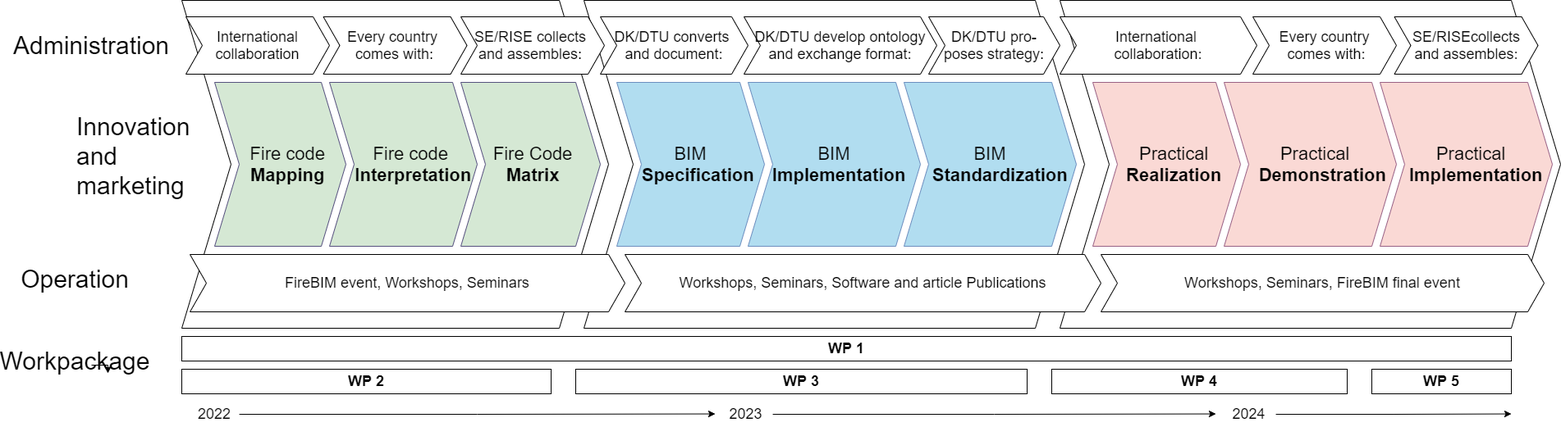
Before: diagram/FireBIM.drawio.png, a diagram exported from draw.io (Kristoffernegendahl/fireBIM). Source tidied: cells renumbered, new cells last; positions are measured from the earlier drawing's top-left corner, leaving out a move shared by most shapes.
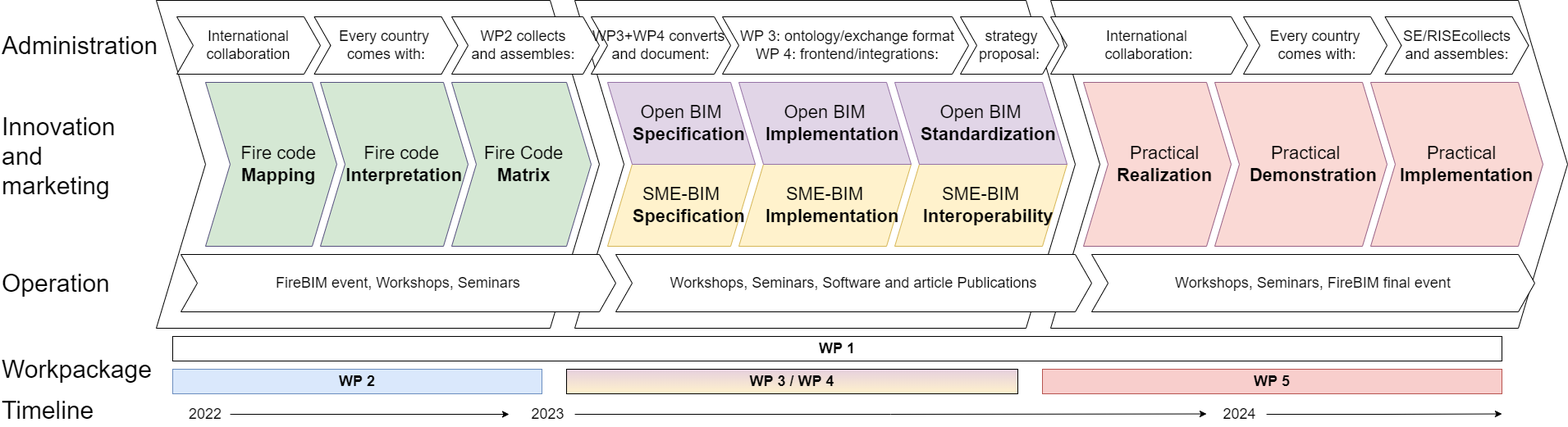
After the change.

The edit, as a diff of the source:
```diff
@@ -2,8 +2,17 @@
   <root>
     <mxCell id="0" />
     <mxCell id="1" parent="0" />
+    <mxCell id="6" style="shape=step;perimeter=stepPerimeter;whiteSpace=wrap;html=1;fixedSize=1;size=60;" parent="1" vertex="1">
+      <mxGeometry x="640" width="610" height="400" as="geometry" />
+    </mxCell>
+    <mxCell id="42" value="&lt;div style=&quot;font-size: 22px&quot;&gt;SME-BIM&lt;/div&gt;&lt;div style=&quot;font-size: 22px&quot;&gt;&amp;nbsp; &amp;nbsp;&lt;b&gt;Specification&lt;/b&gt;&lt;/div&gt;" style="shape=parallelogram;perimeter=parallelogramPerimeter;whiteSpace=wrap;html=1;fixedSize=1;size=30;fillColor=#fff2cc;strokeColor=#d6b656;" parent="1" vertex="1">
+      <mxGeometry x="680" y="200" width="180" height="100" as="geometry" />
+    </mxCell>
+    <mxCell id="43" value="&lt;div style=&quot;font-size: 22px&quot;&gt;Open BIM&lt;/div&gt;&lt;div style=&quot;font-size: 22px&quot;&gt;&amp;nbsp; &amp;nbsp;&lt;b&gt;Specification&lt;/b&gt;&lt;/div&gt;" style="shape=parallelogram;perimeter=parallelogramPerimeter;whiteSpace=wrap;html=1;fixedSize=1;size=30;flipV=1;fillColor=#e1d5e7;strokeColor=#9673a6;" parent="1" vertex="1">
+      <mxGeometry x="680" y="100" width="180" height="100" as="geometry" />
+    </mxCell>
     <mxCell id="2" style="shape=step;perimeter=stepPerimeter;whiteSpace=wrap;html=1;fixedSize=1;size=60;" parent="1" vertex="1">
-      <mxGeometry x="150" width="520" height="400" as="geometry" />
+      <mxGeometry x="130" width="540" height="400" as="geometry" />
     </mxCell>
     <mxCell id="3" value="&lt;div style=&quot;font-size: 22px&quot;&gt;&lt;span&gt;&amp;nbsp; &amp;nbsp; &amp;nbsp; Fire code&amp;nbsp; &amp;nbsp; &amp;nbsp; &amp;nbsp;&lt;b&gt;Mapping&lt;/b&gt;&lt;/span&gt;&lt;/div&gt;" style="shape=step;perimeter=stepPerimeter;whiteSpace=wrap;html=1;fixedSize=1;size=30;align=center;fillColor=#D5E8D4;strokeColor=#56517e;" parent="1" vertex="1">
       <mxGeometry x="190" y="100" width="160" height="200" as="geometry" />
@@ -14,20 +23,8 @@
     <mxCell id="5" value="&lt;font style=&quot;font-size: 22px&quot;&gt;&amp;nbsp; &amp;nbsp; Fire Code&amp;nbsp; &amp;nbsp; &lt;b&gt;&amp;nbsp;Matrix&lt;/b&gt;&lt;/font&gt;" style="shape=step;perimeter=stepPerimeter;whiteSpace=wrap;html=1;fixedSize=1;size=30;fillColor=#D5E8D4;strokeColor=#56517e;" parent="1" vertex="1">
       <mxGeometry x="490" y="100" width="170" height="200" as="geometry" />
     </mxCell>
-    <mxCell id="6" style="shape=step;perimeter=stepPerimeter;whiteSpace=wrap;html=1;fixedSize=1;size=60;" parent="1" vertex="1">
-      <mxGeometry x="640" width="610" height="400" as="geometry" />
-    </mxCell>
-    <mxCell id="7" value="&lt;div style=&quot;font-size: 22px&quot;&gt;&lt;font style=&quot;font-size: 22px&quot;&gt;BIM&lt;/font&gt;&lt;/div&gt;&lt;div style=&quot;font-size: 22px&quot;&gt;&lt;font style=&quot;font-size: 22px&quot;&gt;&amp;nbsp; &amp;nbsp;&lt;b&gt;Specification&lt;/b&gt;&lt;/font&gt;&lt;/div&gt;" style="shape=step;perimeter=stepPerimeter;whiteSpace=wrap;html=1;fixedSize=1;size=30;align=center;fillColor=#B1DDF0;strokeColor=#6c8ebf;" parent="1" vertex="1">
-      <mxGeometry x="680" y="100" width="180" height="200" as="geometry" />
-    </mxCell>
-    <mxCell id="8" value="&lt;font style=&quot;font-size: 22px&quot;&gt;&amp;nbsp; &amp;nbsp; &amp;nbsp; &amp;nbsp; &amp;nbsp; &amp;nbsp; &amp;nbsp;BIM&amp;nbsp; &amp;nbsp; &amp;nbsp; &amp;nbsp; &amp;nbsp; &amp;nbsp; &amp;nbsp; &amp;nbsp; &lt;b&gt;Implementation&lt;/b&gt;&lt;/font&gt;" style="shape=step;perimeter=stepPerimeter;whiteSpace=wrap;html=1;fixedSize=1;size=30;fillColor=#B1DDF0;strokeColor=#6c8ebf;" parent="1" vertex="1">
-      <mxGeometry x="840" y="100" width="210" height="200" as="geometry" />
-    </mxCell>
-    <mxCell id="9" value="&lt;font style=&quot;font-size: 22px&quot;&gt;&amp;nbsp; &amp;nbsp; &amp;nbsp; &amp;nbsp; &amp;nbsp; &amp;nbsp; &amp;nbsp;BIM&amp;nbsp; &amp;nbsp; &amp;nbsp; &amp;nbsp; &amp;nbsp; &amp;nbsp; &amp;nbsp; &amp;nbsp; &amp;nbsp;&amp;nbsp;&lt;b&gt;Standardization&lt;/b&gt;&lt;/font&gt;" style="shape=step;perimeter=stepPerimeter;whiteSpace=wrap;html=1;fixedSize=1;size=30;fillColor=#B1DDF0;strokeColor=#6c8ebf;" parent="1" vertex="1">
-      <mxGeometry x="1030" y="100" width="210" height="200" as="geometry" />
-    </mxCell>
     <mxCell id="10" style="shape=step;perimeter=stepPerimeter;whiteSpace=wrap;html=1;fixedSize=1;size=60;" parent="1" vertex="1">
-      <mxGeometry x="1220" width="610" height="400" as="geometry" />
+      <mxGeometry x="1220" width="630" height="400" as="geometry" />
     </mxCell>
     <mxCell id="11" value="&lt;div style=&quot;font-size: 22px&quot;&gt;&lt;font style=&quot;font-size: 22px&quot;&gt;&amp;nbsp; &amp;nbsp;Practical&lt;/font&gt;&lt;/div&gt;&lt;div style=&quot;font-size: 22px&quot;&gt;&lt;font style=&quot;font-size: 22px&quot;&gt;&amp;nbsp; &amp;nbsp;&lt;b&gt;Realization&lt;/b&gt;&lt;/font&gt;&lt;/div&gt;" style="shape=step;perimeter=stepPerimeter;whiteSpace=wrap;html=1;fixedSize=1;size=30;align=center;fillColor=#FAD9D5;strokeColor=#996185;" parent="1" vertex="1">
       <mxGeometry x="1260" y="100" width="180" height="200" as="geometry" />
@@ -50,20 +47,20 @@
     <mxCell id="17" value="&lt;font style=&quot;font-size: 18px&quot;&gt;International collaboration&lt;/font&gt;" style="shape=step;perimeter=stepPerimeter;whiteSpace=wrap;html=1;fixedSize=1;size=20;" parent="1" vertex="1">
       <mxGeometry x="155" y="20" width="175" height="70" as="geometry" />
     </mxCell>
-    <mxCell id="18" value="&lt;font style=&quot;font-size: 18px&quot;&gt;SE/RISE collects &lt;br&gt;and assembles:&amp;nbsp;&lt;/font&gt;" style="shape=step;perimeter=stepPerimeter;whiteSpace=wrap;html=1;fixedSize=1;size=20;" parent="1" vertex="1">
-      <mxGeometry x="490" y="20" width="175" height="70" as="geometry" />
+    <mxCell id="18" value="&lt;font style=&quot;font-size: 18px&quot;&gt;WP2 collects &lt;br&gt;and assembles:&amp;nbsp;&lt;/font&gt;" style="shape=step;perimeter=stepPerimeter;whiteSpace=wrap;html=1;fixedSize=1;size=20;" parent="1" vertex="1">
+      <mxGeometry x="490" y="20" width="180" height="70" as="geometry" />
     </mxCell>
     <mxCell id="19" value="&lt;font style=&quot;font-size: 18px&quot;&gt;Every country &lt;br&gt;comes with:&lt;/font&gt;" style="shape=step;perimeter=stepPerimeter;whiteSpace=wrap;html=1;fixedSize=1;size=20;" parent="1" vertex="1">
       <mxGeometry x="322.5" y="20" width="175" height="70" as="geometry" />
     </mxCell>
-    <mxCell id="20" value="&lt;font style=&quot;font-size: 18px&quot;&gt;DK/DTU converts &lt;br&gt;and document:&lt;/font&gt;" style="shape=step;perimeter=stepPerimeter;whiteSpace=wrap;html=1;fixedSize=1;size=20;" parent="1" vertex="1">
-      <mxGeometry x="660" y="20" width="180" height="70" as="geometry" />
+    <mxCell id="20" value="&lt;font style=&quot;font-size: 18px&quot;&gt;WP3+WP4 converts &lt;br&gt;and document:&lt;/font&gt;" style="shape=step;perimeter=stepPerimeter;whiteSpace=wrap;html=1;fixedSize=1;size=20;" parent="1" vertex="1">
+      <mxGeometry x="660" y="20" width="170" height="70" as="geometry" />
     </mxCell>
-    <mxCell id="21" value="&lt;font style=&quot;font-size: 18px&quot;&gt;DK/DTU develop ontology&lt;br&gt;and exchange format:&lt;/font&gt;" style="shape=step;perimeter=stepPerimeter;whiteSpace=wrap;html=1;fixedSize=1;size=20;" parent="1" vertex="1">
-      <mxGeometry x="835" y="20" width="235" height="70" as="geometry" />
+    <mxCell id="21" value="&lt;font style=&quot;font-size: 18px&quot;&gt;&amp;nbsp;WP 3: ontology/exchange format&lt;br&gt;&amp;nbsp;WP 4: frontend/integrations:&lt;/font&gt;" style="shape=step;perimeter=stepPerimeter;whiteSpace=wrap;html=1;fixedSize=1;size=20;" parent="1" vertex="1">
+      <mxGeometry x="820" y="20" width="300" height="70" as="geometry" />
     </mxCell>
-    <mxCell id="22" value="&lt;font style=&quot;font-size: 18px&quot;&gt;DK/DTU pro-&lt;br&gt;poses strategy:&lt;/font&gt;" style="shape=step;perimeter=stepPerimeter;whiteSpace=wrap;html=1;fixedSize=1;size=20;" parent="1" vertex="1">
-      <mxGeometry x="1060" y="20" width="160" height="70" as="geometry" />
+    <mxCell id="22" value="&lt;font style=&quot;font-size: 18px&quot;&gt;&amp;nbsp;strategy proposal:&lt;/font&gt;" style="shape=step;perimeter=stepPerimeter;whiteSpace=wrap;html=1;fixedSize=1;size=20;" parent="1" vertex="1">
+      <mxGeometry x="1110" y="20" width="120" height="70" as="geometry" />
     </mxCell>
     <mxCell id="23" value="&lt;font style=&quot;font-size: 18px&quot;&gt;International &lt;br&gt;collaboration:&lt;/font&gt;" style="shape=step;perimeter=stepPerimeter;whiteSpace=wrap;html=1;fixedSize=1;size=20;" parent="1" vertex="1">
       <mxGeometry x="1220" y="20" width="240" height="70" as="geometry" />
@@ -74,41 +71,30 @@
     <mxCell id="25" value="&lt;font style=&quot;font-size: 18px&quot;&gt;SE/RISEcollects&lt;br&gt;&amp;nbsp;and assembles:&amp;nbsp;&lt;/font&gt;" style="shape=step;perimeter=stepPerimeter;whiteSpace=wrap;html=1;fixedSize=1;size=20;" parent="1" vertex="1">
       <mxGeometry x="1627.5" y="20" width="175" height="70" as="geometry" />
     </mxCell>
-    <mxCell id="26" value="&lt;font style=&quot;font-size: 30px&quot;&gt;Administration&lt;/font&gt;" style="text;html=1;strokeColor=none;fillColor=none;align=center;verticalAlign=middle;whiteSpace=wrap;rounded=0;" parent="1" vertex="1">
-      <mxGeometry x="20" y="45" width="40" height="20" as="geometry" />
+    <mxCell id="26" value="&lt;font style=&quot;font-size: 30px&quot;&gt;Administration&lt;/font&gt;" style="text;html=1;strokeColor=none;fillColor=none;align=left;verticalAlign=middle;whiteSpace=wrap;rounded=0;" parent="1" vertex="1">
+      <mxGeometry x="-60" y="45" width="40" height="20" as="geometry" />
     </mxCell>
     <mxCell id="27" value="&lt;div&gt;&lt;span style=&quot;font-size: 30px&quot;&gt;Innovation and marketing&lt;/span&gt;&lt;/div&gt;" style="text;html=1;strokeColor=none;fillColor=none;align=left;verticalAlign=middle;whiteSpace=wrap;rounded=0;" parent="1" vertex="1">
-      <mxGeometry x="20" y="180" width="40" height="20" as="geometry" />
+      <mxGeometry x="-60" y="180" width="40" height="20" as="geometry" />
     </mxCell>
-    <mxCell id="28" value="&lt;font style=&quot;font-size: 30px&quot;&gt;Operation&lt;/font&gt;" style="text;html=1;strokeColor=none;fillColor=none;align=center;verticalAlign=middle;whiteSpace=wrap;rounded=0;" parent="1" vertex="1">
-      <mxGeometry y="330" width="40" height="20" as="geometry" />
+    <mxCell id="28" value="&lt;font style=&quot;font-size: 30px&quot;&gt;Operation&lt;/font&gt;" style="text;html=1;strokeColor=none;fillColor=none;align=left;verticalAlign=middle;whiteSpace=wrap;rounded=0;" parent="1" vertex="1">
+      <mxGeometry x="-60" y="335" width="40" height="20" as="geometry" />
     </mxCell>
     <mxCell id="29" value="&lt;font style=&quot;font-size: 18px&quot;&gt;&lt;b&gt;WP 1&lt;br&gt;&lt;/b&gt;&lt;/font&gt;" style="rounded=0;whiteSpace=wrap;html=1;fillColor=#FFFFFF;" parent="1" vertex="1">
       <mxGeometry x="150" y="410" width="1620" height="30" as="geometry" />
     </mxCell>
-    <mxCell id="30" value="&lt;font style=&quot;font-size: 18px&quot;&gt;&lt;b&gt;WP 2&lt;br&gt;&lt;/b&gt;&lt;/font&gt;" style="rounded=0;whiteSpace=wrap;html=1;fillColor=#FFFFFF;" parent="1" vertex="1">
+    <mxCell id="30" value="&lt;font style=&quot;font-size: 18px&quot;&gt;&lt;b&gt;WP 2&lt;br&gt;&lt;/b&gt;&lt;/font&gt;" style="rounded=0;whiteSpace=wrap;html=1;fillColor=#dae8fc;strokeColor=#6c8ebf;" parent="1" vertex="1">
       <mxGeometry x="150" y="450" width="450" height="30" as="geometry" />
     </mxCell>
-    <mxCell id="31" value="&lt;font style=&quot;font-size: 18px&quot;&gt;&lt;b&gt;WP 3&lt;br&gt;&lt;/b&gt;&lt;/font&gt;" style="rounded=0;whiteSpace=wrap;html=1;fillColor=#FFFFFF;" parent="1" vertex="1">
+    <mxCell id="31" value="&lt;font style=&quot;font-size: 18px&quot;&gt;&lt;b&gt;WP 3 / WP 4&lt;br&gt;&lt;/b&gt;&lt;/font&gt;" style="rounded=0;whiteSpace=wrap;html=1;fillColor=#E6D0DE;gradientColor=#FFF2CC;gradientDirection=south;" parent="1" vertex="1">
       <mxGeometry x="630" y="450" width="550" height="30" as="geometry" />
     </mxCell>
-    <mxCell id="32" value="&lt;font style=&quot;font-size: 18px&quot;&gt;&lt;b&gt;WP 4&lt;br&gt;&lt;/b&gt;&lt;/font&gt;" style="rounded=0;whiteSpace=wrap;html=1;fillColor=#FFFFFF;" parent="1" vertex="1">
-      <mxGeometry x="1210" y="450" width="360" height="30" as="geometry" />
-    </mxCell>
-    <mxCell id="33" value="&lt;font style=&quot;font-size: 18px&quot;&gt;&lt;b&gt;WP 5&lt;br&gt;&lt;/b&gt;&lt;/font&gt;" style="rounded=0;whiteSpace=wrap;html=1;fillColor=#FFFFFF;" parent="1" vertex="1">
-      <mxGeometry x="1600" y="450" width="170" height="30" as="geometry" />
+    <mxCell id="33" value="&lt;font style=&quot;font-size: 18px&quot;&gt;&lt;b&gt;WP 5&lt;br&gt;&lt;/b&gt;&lt;/font&gt;" style="rounded=0;whiteSpace=wrap;html=1;fillColor=#f8cecc;strokeColor=#b85450;" parent="1" vertex="1">
+      <mxGeometry x="1210" y="450" width="560" height="30" as="geometry" />
     </mxCell>
-    <mxCell id="34" style="edgeStyle=orthogonalEdgeStyle;rounded=0;jettySize=auto;html=1;exitX=1;exitY=0.75;exitDx=0;exitDy=0;" parent="1" edge="1" source="35">
-      <mxGeometry relative="1" as="geometry">
-        <mxPoint x="60" y="455" as="targetPoint" />
-      </mxGeometry>
-    </mxCell>
-    <mxCell id="35" value="&lt;font style=&quot;font-size: 30px&quot;&gt;Workpackage&lt;/font&gt;" style="text;html=1;strokeColor=none;fillColor=none;align=center;verticalAlign=middle;whiteSpace=wrap;rounded=0;" parent="1" vertex="1">
-      <mxGeometry y="430" width="40" height="20" as="geometry" />
-    </mxCell>
     <mxCell id="36" style="edgeStyle=orthogonalEdgeStyle;rounded=0;jettySize=auto;html=1;exitX=1;exitY=0.5;exitDx=0;exitDy=0;" parent="1" edge="1" source="37">
       <mxGeometry relative="1" as="geometry">
-        <mxPoint x="800" y="504.5" as="targetPoint" />
+        <mxPoint x="560" y="505" as="targetPoint" />
       </mxGeometry>
     </mxCell>
     <mxCell id="37" value="&lt;font style=&quot;font-size: 18px&quot;&gt;2022&lt;/font&gt;" style="shape=step;perimeter=stepPerimeter;whiteSpace=wrap;html=1;fixedSize=1;size=20;strokeColor=none;" parent="1" vertex="1">
@@ -120,7 +106,7 @@
       </mxGeometry>
     </mxCell>
     <mxCell id="39" value="&lt;font style=&quot;font-size: 18px&quot;&gt;2023&lt;/font&gt;" style="shape=step;perimeter=stepPerimeter;whiteSpace=wrap;html=1;fixedSize=1;size=20;strokeColor=none;" parent="1" vertex="1">
-      <mxGeometry x="805" y="490" width="65" height="30" as="geometry" />
+      <mxGeometry x="575" y="490" width="65" height="30" as="geometry" />
     </mxCell>
     <mxCell id="40" style="edgeStyle=orthogonalEdgeStyle;rounded=0;jettySize=auto;html=1;exitX=1;exitY=0.5;exitDx=0;exitDy=0;" parent="1" edge="1" source="41">
       <mxGeometry relative="1" as="geometry">
@@ -130,5 +116,23 @@
     <mxCell id="41" value="&lt;font style=&quot;font-size: 18px&quot;&gt;2024&lt;/font&gt;" style="shape=step;perimeter=stepPerimeter;whiteSpace=wrap;html=1;fixedSize=1;size=20;strokeColor=none;" parent="1" vertex="1">
       <mxGeometry x="1418" y="490" width="65" height="30" as="geometry" />
     </mxCell>
+    <mxCell id="44" value="&lt;span style=&quot;font-size: 22px&quot;&gt;SME-&lt;/span&gt;&lt;span style=&quot;font-size: 22px&quot;&gt;BIM&lt;/span&gt;&lt;span style=&quot;font-size: 22px&quot;&gt;&lt;br&gt;&lt;/span&gt;&lt;div style=&quot;font-size: 22px&quot;&gt;&amp;nbsp; &amp;nbsp;&lt;b&gt;Implementation&lt;/b&gt;&lt;/div&gt;" style="shape=parallelogram;perimeter=parallelogramPerimeter;whiteSpace=wrap;html=1;fixedSize=1;size=30;fillColor=#fff2cc;strokeColor=#d6b656;" parent="1" vertex="1">
+      <mxGeometry x="840" y="200" width="210" height="100" as="geometry" />
+    </mxCell>
+    <mxCell id="45" value="&lt;div style=&quot;font-size: 22px&quot;&gt;Open BIM&lt;/div&gt;&lt;div style=&quot;font-size: 22px&quot;&gt;&amp;nbsp; &amp;nbsp;&lt;b&gt;Implementation&lt;/b&gt;&lt;/div&gt;" style="shape=parallelogram;perimeter=parallelogramPerimeter;whiteSpace=wrap;html=1;fixedSize=1;size=30;flipV=1;fillColor=#e1d5e7;strokeColor=#9673a6;" parent="1" vertex="1">
+      <mxGeometry x="840" y="100" width="210" height="100" as="geometry" />
+    </mxCell>
+    <mxCell id="46" value="&lt;span style=&quot;font-size: 22px&quot;&gt;SME-&lt;/span&gt;&lt;span style=&quot;font-size: 22px&quot;&gt;BIM&lt;/span&gt;&lt;span style=&quot;font-size: 22px&quot;&gt;&lt;br&gt;&lt;/span&gt;&lt;div style=&quot;font-size: 22px&quot;&gt;&amp;nbsp; &amp;nbsp;&lt;b&gt;Interoperability&lt;/b&gt;&lt;/div&gt;" style="shape=parallelogram;perimeter=parallelogramPerimeter;whiteSpace=wrap;html=1;fixedSize=1;size=30;fillColor=#fff2cc;strokeColor=#d6b656;" parent="1" vertex="1">
+      <mxGeometry x="1030" y="200" width="210" height="100" as="geometry" />
+    </mxCell>
+    <mxCell id="47" value="&lt;div style=&quot;font-size: 22px&quot;&gt;Open BIM&lt;/div&gt;&lt;div style=&quot;font-size: 22px&quot;&gt;&amp;nbsp; &amp;nbsp;&lt;b&gt;Standardization&lt;/b&gt;&lt;/div&gt;" style="shape=parallelogram;perimeter=parallelogramPerimeter;whiteSpace=wrap;html=1;fixedSize=1;size=30;flipV=1;fillColor=#e1d5e7;strokeColor=#9673a6;" parent="1" vertex="1">
+      <mxGeometry x="1030" y="100" width="210" height="100" as="geometry" />
+    </mxCell>
+    <mxCell id="35" value="&lt;font style=&quot;font-size: 30px&quot;&gt;Workpackage&lt;/font&gt;" style="text;html=1;strokeColor=none;fillColor=none;align=left;verticalAlign=middle;whiteSpace=wrap;rounded=0;" parent="1" vertex="1">
+      <mxGeometry x="-60" y="440" width="40" height="20" as="geometry" />
+    </mxCell>
+    <mxCell id="48" value="&lt;font style=&quot;font-size: 30px&quot;&gt;Timeline&lt;/font&gt;" style="text;html=1;strokeColor=none;fillColor=none;align=left;verticalAlign=middle;whiteSpace=wrap;rounded=0;" parent="1" vertex="1">
+      <mxGeometry x="-60" y="490" width="40" height="20" as="geometry" />
+    </mxCell>
   </root>
 </mxGraphModel>
```
